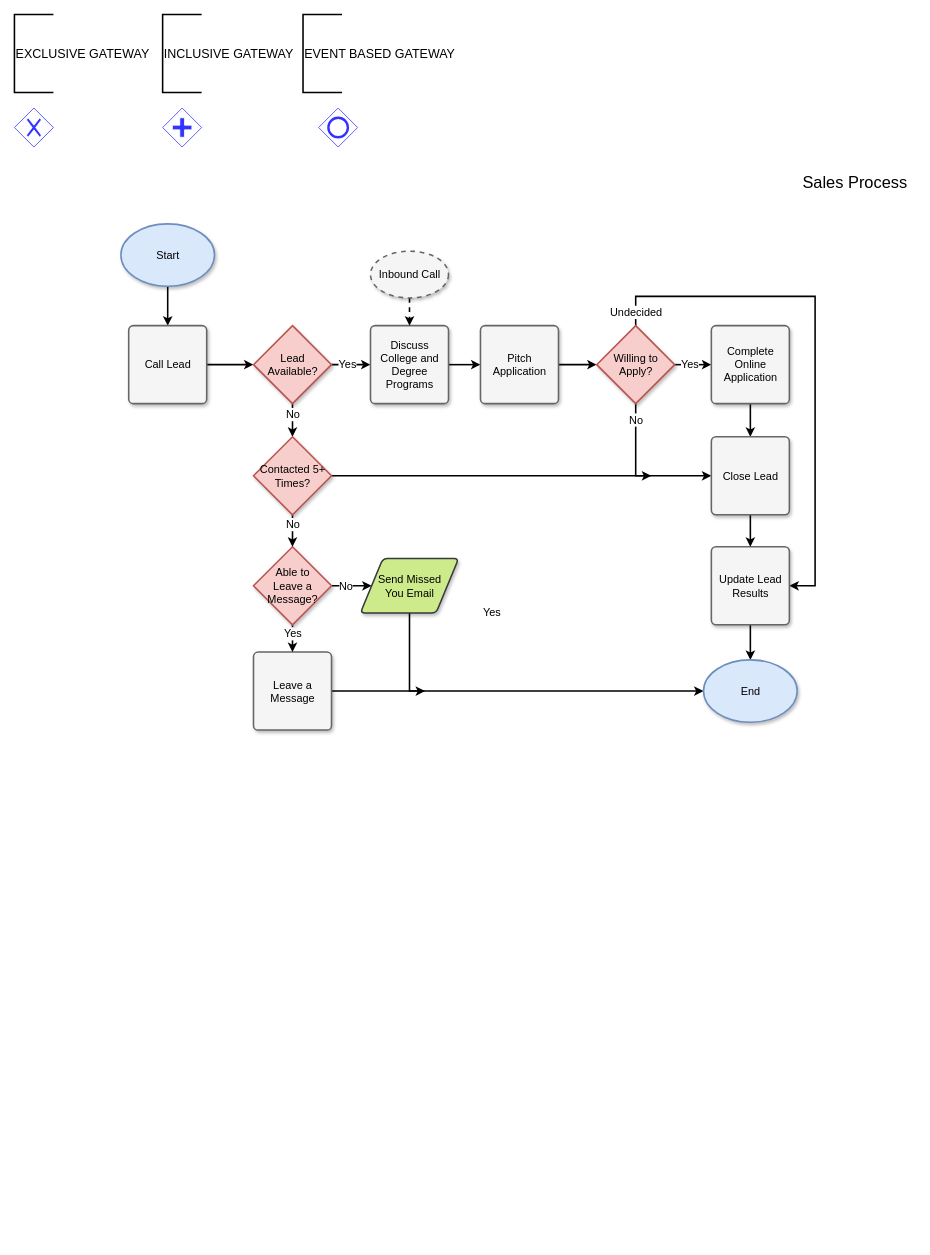
Before: page "gateways" (10 of 10) of Udemy_Diagram_1.drawio in lil971/FirstRepository, a draw.io diagram. Source tidied: cells renumbered, new cells numbered last; positions are measured from the earlier drawing's top-left corner, leaving out a move shared by most shapes. Both pictures are drawn from the tidied source at 78%, with x=0, y=0 at pixel (14, 14).
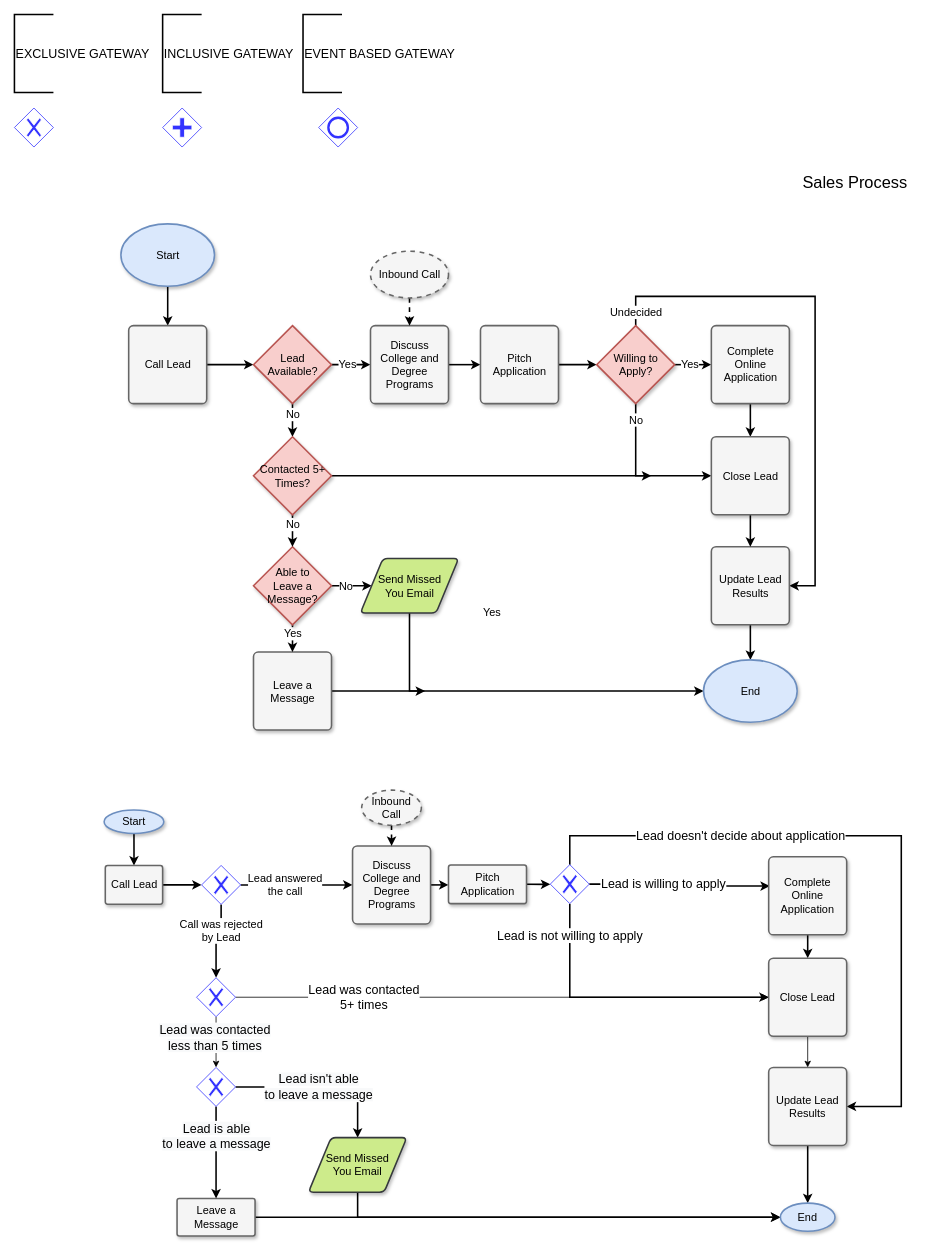
The same page after the edit.

The edit, as a diff of the source:
```diff
@@
+    <mxCell id="44" style="edgeStyle=orthogonalEdgeStyle;rounded=0;jumpSize=6;html=1;exitX=0.5;exitY=1;shadow=0;startArrow=none;startFill=0;startSize=6;endArrow=classic;endFill=1;endSize=6;jettySize=auto;strokeColor=#000000;strokeWidth=2;fontSize=14;" parent="1" edge="1" source="45" target="47">
+      <mxGeometry relative="1" as="geometry" />
+    </mxCell>
+    <mxCell id="45" value="Start" style="ellipse;whiteSpace=wrap;html=1;rounded=0;shadow=1;strokeWidth=2;fillColor=#dae8fc;fontSize=14;align=center;strokeColor=#6c8ebf;" parent="1" vertex="1">
+      <mxGeometry x="115" y="1020" width="76.5" height="30" as="geometry" />
+    </mxCell>
+    <mxCell id="46" style="edgeStyle=orthogonalEdgeStyle;rounded=0;jumpSize=6;html=1;exitX=1;exitY=0.5;exitPerimeter=0;shadow=0;startArrow=none;startFill=0;startSize=6;endArrow=classic;endFill=1;endSize=6;jettySize=auto;strokeColor=#000000;strokeWidth=2;fontSize=14;entryX=0;entryY=0.5;entryDx=0;entryDy=0;" parent="1" edge="1" source="47" target="70">
+      <mxGeometry relative="1" as="geometry" />
+    </mxCell>
+    <mxCell id="47" value="Call Lead&lt;br&gt;" style="strokeWidth=2;html=1;shape=mxgraph.flowchart.process;whiteSpace=wrap;rounded=0;shadow=1;fillColor=#f5f5f5;fontSize=14;align=center;strokeColor=#666666;" parent="1" vertex="1">
+      <mxGeometry x="116.5" y="1091.2" width="73.5" height="49.5" as="geometry" />
+    </mxCell>
+    <mxCell id="48" value="Call was rejected &lt;br&gt;by Lead" style="edgeStyle=orthogonalEdgeStyle;rounded=0;jumpSize=6;html=1;exitX=0.5;exitY=1;shadow=0;startArrow=none;startFill=0;startSize=6;endArrow=classic;endFill=1;endSize=6;jettySize=auto;strokeColor=#000000;strokeWidth=2;fontSize=14;exitDx=0;exitDy=0;" parent="1" edge="1" source="70" target="77">
+      <mxGeometry x="-0.33" relative="1" as="geometry" />
+    </mxCell>
+    <mxCell id="49" value="Lead answered &lt;br&gt;the call" style="edgeStyle=orthogonalEdgeStyle;rounded=0;jumpSize=6;html=1;exitX=1;exitY=0.5;entryX=0;entryY=0.5;entryPerimeter=0;shadow=0;startArrow=none;startFill=0;startSize=6;endArrow=classic;endFill=1;endSize=6;jettySize=auto;strokeColor=#000000;strokeWidth=2;fontSize=14;exitDx=0;exitDy=0;" parent="1" edge="1" source="70" target="55">
+      <mxGeometry x="-0.2" relative="1" as="geometry" />
+    </mxCell>
+    <mxCell id="50" style="edgeStyle=orthogonalEdgeStyle;rounded=0;jumpSize=6;html=1;exitX=1;exitY=0.5;exitPerimeter=0;shadow=0;startArrow=none;startFill=0;startSize=6;endArrow=classic;endFill=1;endSize=6;jettySize=auto;strokeColor=#000000;strokeWidth=2;fontSize=14;" parent="1" edge="1" source="51" target="69">
+      <mxGeometry relative="1" as="geometry" />
+    </mxCell>
+    <mxCell id="51" value="Leave a Message&lt;br&gt;" style="strokeWidth=2;html=1;shape=mxgraph.flowchart.process;whiteSpace=wrap;rounded=0;shadow=1;fillColor=#f5f5f5;fontSize=14;align=center;strokeColor=#666666;" parent="1" vertex="1">
+      <mxGeometry x="208.5" y="1518" width="100" height="48" as="geometry" />
+    </mxCell>
+    <mxCell id="52" value="&lt;span style=&quot;color: rgb(0 , 0 , 0) ; font-family: &amp;#34;helvetica&amp;#34; ; font-size: 16px ; font-style: normal ; font-weight: 400 ; letter-spacing: normal ; text-align: center ; text-indent: 0px ; text-transform: none ; word-spacing: 0px ; background-color: rgb(248 , 249 , 250) ; display: inline ; float: none&quot;&gt;Lead is able&lt;/span&gt;&lt;br style=&quot;color: rgb(0 , 0 , 0) ; font-family: &amp;#34;helvetica&amp;#34; ; font-size: 16px ; font-style: normal ; font-weight: 400 ; letter-spacing: normal ; text-align: center ; text-indent: 0px ; text-transform: none ; word-spacing: 0px&quot;&gt;&lt;span style=&quot;color: rgb(0 , 0 , 0) ; font-family: &amp;#34;helvetica&amp;#34; ; font-size: 16px ; font-style: normal ; font-weight: 400 ; letter-spacing: normal ; text-align: center ; text-indent: 0px ; text-transform: none ; word-spacing: 0px ; background-color: rgb(248 , 249 , 250) ; display: inline ; float: none&quot;&gt;to leave a message&lt;/span&gt;" style="edgeStyle=orthogonalEdgeStyle;rounded=0;jumpSize=6;html=1;entryX=0.5;entryY=0;entryPerimeter=0;shadow=0;startArrow=none;startFill=0;startSize=6;endArrow=classic;endFill=1;endSize=6;jettySize=auto;strokeColor=#000000;strokeWidth=2;fontSize=14;" parent="1" edge="1" source="78" target="51">
+      <mxGeometry x="-0.35" relative="1" as="geometry" />
+    </mxCell>
+    <mxCell id="53" value="&lt;span style=&quot;color: rgb(0 , 0 , 0) ; font-family: &amp;#34;helvetica&amp;#34; ; font-size: 16px ; font-style: normal ; font-weight: 400 ; letter-spacing: normal ; text-align: center ; text-indent: 0px ; text-transform: none ; word-spacing: 0px ; background-color: rgb(248 , 249 , 250) ; display: inline ; float: none&quot;&gt;Lead isn't able&lt;/span&gt;&lt;br style=&quot;color: rgb(0 , 0 , 0) ; font-family: &amp;#34;helvetica&amp;#34; ; font-size: 16px ; font-style: normal ; font-weight: 400 ; letter-spacing: normal ; text-align: center ; text-indent: 0px ; text-transform: none ; word-spacing: 0px&quot;&gt;&lt;span style=&quot;color: rgb(0 , 0 , 0) ; font-family: &amp;#34;helvetica&amp;#34; ; font-size: 16px ; font-style: normal ; font-weight: 400 ; letter-spacing: normal ; text-align: center ; text-indent: 0px ; text-transform: none ; word-spacing: 0px ; background-color: rgb(248 , 249 , 250) ; display: inline ; float: none&quot;&gt;to leave a message&lt;/span&gt;" style="edgeStyle=orthogonalEdgeStyle;rounded=0;jumpSize=6;html=1;exitX=1;exitY=0.5;shadow=0;startArrow=none;startFill=0;startSize=6;endArrow=classic;endFill=1;endSize=6;jettySize=auto;strokeColor=#000000;strokeWidth=2;fontSize=14;entryX=0.5;entryY=0;exitDx=0;exitDy=0;entryDx=0;entryDy=0;" parent="1" edge="1" source="78" target="65">
+      <mxGeometry y="-5" relative="1" as="geometry">
+        <mxPoint x="-5" y="-5" as="offset" />
+      </mxGeometry>
+    </mxCell>
+    <mxCell id="54" style="edgeStyle=orthogonalEdgeStyle;rounded=0;jumpSize=6;html=1;exitX=1;exitY=0.5;exitPerimeter=0;entryX=0;entryY=0.5;entryPerimeter=0;shadow=0;startArrow=none;startFill=0;startSize=6;endArrow=classic;endFill=1;endSize=6;jettySize=auto;strokeColor=#000000;strokeWidth=2;fontSize=14;" parent="1" edge="1" source="55" target="57">
+      <mxGeometry relative="1" as="geometry" />
+    </mxCell>
+    <mxCell id="55" value="Discuss College and Degree Programs&lt;br&gt;" style="strokeWidth=2;html=1;shape=mxgraph.flowchart.process;whiteSpace=wrap;rounded=0;shadow=1;fillColor=#f5f5f5;fontSize=14;align=center;strokeColor=#666666;" parent="1" vertex="1">
+      <mxGeometry x="433.5" y="1066" width="100" height="100" as="geometry" />
+    </mxCell>
+    <mxCell id="56" style="edgeStyle=orthogonalEdgeStyle;rounded=0;jumpSize=6;html=1;exitX=1;exitY=0.5;exitPerimeter=0;shadow=0;startArrow=none;startFill=0;startSize=6;endArrow=classic;endFill=1;endSize=6;jettySize=auto;strokeColor=#000000;strokeWidth=2;fontSize=14;entryX=0;entryY=0.5;entryDx=0;entryDy=0;" parent="1" edge="1" source="57" target="71">
+      <mxGeometry relative="1" as="geometry" />
+    </mxCell>
+    <mxCell id="57" value="Pitch Application&lt;br&gt;" style="strokeWidth=2;html=1;shape=mxgraph.flowchart.process;whiteSpace=wrap;rounded=0;shadow=1;fillColor=#f5f5f5;fontSize=14;align=center;strokeColor=#666666;" parent="1" vertex="1">
+      <mxGeometry x="556.5" y="1090.5" width="100" height="49.5" as="geometry" />
+    </mxCell>
+    <mxCell id="58" style="edgeStyle=orthogonalEdgeStyle;rounded=0;jumpSize=6;html=1;exitX=0.5;exitY=1;exitPerimeter=0;entryX=0.5;entryY=0;entryPerimeter=0;shadow=0;startArrow=none;startFill=0;startSize=6;endArrow=classic;endFill=1;endSize=6;jettySize=auto;strokeColor=#000000;strokeWidth=2;fontSize=14;dashed=1;" parent="1" edge="1" source="59" target="55">
+      <mxGeometry relative="1" as="geometry" />
+    </mxCell>
+    <mxCell id="59" value="Inbound Call" style="strokeWidth=2;html=1;shape=mxgraph.flowchart.start_1;whiteSpace=wrap;rounded=0;shadow=1;fillColor=#f5f5f5;fontSize=14;align=center;dashed=1;strokeColor=#666666;" parent="1" vertex="1">
+      <mxGeometry x="445.2" y="994.5" width="76.5" height="45" as="geometry" />
+    </mxCell>
+    <mxCell id="60" value="&lt;span style=&quot;color: rgb(0 , 0 , 0) ; font-family: &amp;#34;helvetica&amp;#34; ; font-size: 16px ; font-style: normal ; font-weight: 400 ; letter-spacing: normal ; text-align: center ; text-indent: 0px ; text-transform: none ; word-spacing: 0px ; background-color: rgb(255 , 255 , 255) ; display: inline ; float: none&quot;&gt;Lead is willing to apply&lt;/span&gt;" style="edgeStyle=orthogonalEdgeStyle;rounded=0;jumpSize=6;html=1;exitX=1;exitY=0.5;entryX=0.015;entryY=0.375;entryPerimeter=0;shadow=0;startArrow=none;startFill=0;startSize=6;endArrow=classic;endFill=1;endSize=6;jettySize=auto;strokeColor=#000000;strokeWidth=2;fontSize=14;exitDx=0;exitDy=0;entryDx=0;entryDy=0;" parent="1" edge="1" source="71" target="72">
+      <mxGeometry x="-0.19" relative="1" as="geometry" />
+    </mxCell>
+    <mxCell id="61" value="&lt;span style=&quot;color: rgb(0 , 0 , 0) ; font-family: &amp;#34;helvetica&amp;#34; ; font-size: 16px ; font-style: normal ; font-weight: 400 ; letter-spacing: normal ; text-align: center ; text-indent: 0px ; text-transform: none ; word-spacing: 0px ; background-color: rgb(255 , 255 , 255) ; display: inline ; float: none&quot;&gt;Lead is not willing to apply&lt;/span&gt;" style="edgeStyle=orthogonalEdgeStyle;rounded=0;jumpSize=6;html=1;exitX=0.5;exitY=1;entryX=0;entryY=0.5;entryPerimeter=0;shadow=0;startArrow=none;startFill=0;startSize=6;endArrow=classic;endFill=1;endSize=6;jettySize=auto;strokeColor=#000000;strokeWidth=2;fontSize=14;exitDx=0;exitDy=0;entryDx=0;entryDy=0;" parent="1" edge="1" source="71" target="74">
+      <mxGeometry x="-0.78" relative="1" as="geometry" />
+    </mxCell>
+    <mxCell id="62" value="&lt;span style=&quot;font-size: 16px&quot;&gt;Lead doesn't decide about application&lt;/span&gt;" style="edgeStyle=orthogonalEdgeStyle;rounded=0;jumpSize=6;html=1;exitX=0.5;exitY=0;entryX=1;entryY=0.5;entryPerimeter=0;shadow=0;startArrow=none;startFill=0;startSize=6;endArrow=classic;endFill=1;endSize=6;jettySize=auto;strokeColor=#000000;strokeWidth=2;fontSize=14;exitDx=0;exitDy=0;" parent="1" edge="1" source="71" target="68">
+      <mxGeometry x="-0.42" relative="1" as="geometry">
+        <Array as="points">
+          <mxPoint x="712" y="1053" />
+          <mxPoint x="1137" y="1053" />
+          <mxPoint x="1137" y="1400" />
+        </Array>
+        <mxPoint x="1" as="offset" />
+      </mxGeometry>
+    </mxCell>
+    <mxCell id="63" style="edgeStyle=orthogonalEdgeStyle;rounded=0;jumpSize=6;html=1;exitX=0.5;exitY=1;exitPerimeter=0;shadow=0;startArrow=none;startFill=0;startSize=6;endArrow=classic;endFill=1;endSize=6;jettySize=auto;strokeColor=#000000;strokeWidth=2;fontSize=14;exitDx=0;exitDy=0;" parent="1" edge="1" source="72" target="74">
+      <mxGeometry relative="1" as="geometry" />
+    </mxCell>
+    <mxCell id="64" style="edgeStyle=orthogonalEdgeStyle;rounded=0;jumpSize=6;html=1;exitX=0.5;exitY=1;entryX=0;entryY=0.5;shadow=0;startArrow=none;startFill=0;startSize=6;endArrow=classic;endFill=1;endSize=6;jettySize=auto;strokeColor=#000000;strokeWidth=2;fontSize=14;" parent="1" edge="1" source="65" target="69">
+      <mxGeometry relative="1" as="geometry" />
+    </mxCell>
+    <mxCell id="65" value="Send Missed You&amp;nbsp;Email" style="verticalLabelPosition=middle;verticalAlign=middle;html=1;strokeWidth=2;shape=parallelogram;perimeter=parallelogramPerimeter;whiteSpace=wrap;rounded=1;arcSize=12;size=0.23;shadow=1;fillColor=#cdeb8b;fontSize=14;align=center;labelPosition=center;strokeColor=#36393d;" parent="1" vertex="1">
+      <mxGeometry x="377" y="1440" width="126" height="70" as="geometry" />
+    </mxCell>
+    <mxCell id="66" value="Lead was contacted &lt;br&gt;5+ times" style="edgeStyle=orthogonalEdgeStyle;rounded=0;jettySize=auto;html=1;entryX=0;entryY=0.5;entryDx=0;entryDy=0;entryPerimeter=0;startSize=70;fontSize=16;" parent="1" edge="1" source="77" target="74">
+      <mxGeometry x="-0.52" relative="1" as="geometry" />
+    </mxCell>
+    <mxCell id="67" style="edgeStyle=orthogonalEdgeStyle;rounded=0;jumpSize=6;html=1;exitX=0.5;exitY=1;exitPerimeter=0;entryX=0.5;entryY=0;shadow=0;startArrow=none;startFill=0;startSize=6;endArrow=classic;endFill=1;endSize=6;jettySize=auto;strokeColor=#000000;strokeWidth=2;fontSize=14;" parent="1" edge="1" source="68" target="69">
+      <mxGeometry relative="1" as="geometry" />
+    </mxCell>
+    <mxCell id="68" value="Update Lead Results" style="strokeWidth=2;html=1;shape=mxgraph.flowchart.process;whiteSpace=wrap;rounded=0;shadow=1;fillColor=#f5f5f5;fontSize=14;align=center;strokeColor=#666666;" parent="1" vertex="1">
+      <mxGeometry x="967" y="1350" width="100" height="100" as="geometry" />
+    </mxCell>
+    <mxCell id="69" value="End&lt;br&gt;" style="ellipse;whiteSpace=wrap;html=1;rounded=0;shadow=1;strokeWidth=2;fillColor=#dae8fc;fontSize=14;align=center;strokeColor=#6c8ebf;" parent="1" vertex="1">
+      <mxGeometry x="982" y="1524" width="70" height="36" as="geometry" />
+    </mxCell>
+    <mxCell id="70" style="shape=mxgraph.bpmn.shape;html=1;verticalLabelPosition=bottom;labelBackgroundColor=#ffffff;verticalAlign=top;align=center;perimeter=rhombusPerimeter;background=gateway;outlineConnect=0;outline=none;symbol=exclusiveGw;rounded=0;startSize=70;strokeColor=#3333FF;fillColor=#FFFFFF;fontSize=16;" parent="1" vertex="1">
+      <mxGeometry x="240" y="1091" width="50" height="50" as="geometry" />
+    </mxCell>
+    <mxCell id="71" style="shape=mxgraph.bpmn.shape;html=1;verticalLabelPosition=bottom;labelBackgroundColor=#ffffff;verticalAlign=top;align=center;perimeter=rhombusPerimeter;background=gateway;outlineConnect=0;outline=none;symbol=exclusiveGw;rounded=0;startSize=70;strokeColor=#3333FF;fillColor=#FFFFFF;fontSize=16;" parent="1" vertex="1">
+      <mxGeometry x="687" y="1090" width="50" height="50" as="geometry" />
+    </mxCell>
+    <mxCell id="72" value="Complete Online Application&lt;br&gt;" style="strokeWidth=2;html=1;shape=mxgraph.flowchart.process;whiteSpace=wrap;rounded=0;shadow=1;fillColor=#f5f5f5;fontSize=14;align=center;strokeColor=#666666;" parent="1" vertex="1">
+      <mxGeometry x="967" y="1080" width="100" height="100" as="geometry" />
+    </mxCell>
+    <mxCell id="73" style="edgeStyle=orthogonalEdgeStyle;rounded=0;jettySize=auto;html=1;exitX=0.5;exitY=1;exitDx=0;exitDy=0;exitPerimeter=0;startSize=70;fontSize=16;" parent="1" edge="1" source="74" target="68">
+      <mxGeometry relative="1" as="geometry" />
+    </mxCell>
+    <mxCell id="74" value="Close Lead&lt;br&gt;" style="strokeWidth=2;html=1;shape=mxgraph.flowchart.process;whiteSpace=wrap;rounded=0;shadow=1;fillColor=#f5f5f5;fontSize=14;align=center;strokeColor=#666666;" parent="1" vertex="1">
+      <mxGeometry x="967" y="1210" width="100" height="100" as="geometry" />
+    </mxCell>
+    <mxCell id="75" style="edgeStyle=orthogonalEdgeStyle;rounded=0;jettySize=auto;html=1;startSize=70;fontSize=16;entryX=0.5;entryY=0;entryDx=0;entryDy=0;" parent="1" edge="1" source="77" target="78">
+      <mxGeometry relative="1" as="geometry" />
+    </mxCell>
+    <mxCell id="76" value="&lt;span style=&quot;background-color: rgb(248 , 249 , 250) ; font-family: &amp;#34;helvetica&amp;#34;&quot;&gt;Lead was contacted&lt;/span&gt;&lt;br style=&quot;background-color: rgb(248 , 249 , 250) ; font-family: &amp;#34;helvetica&amp;#34;&quot;&gt;&lt;span style=&quot;background-color: rgb(248 , 249 , 250) ; font-family: &amp;#34;helvetica&amp;#34;&quot;&gt;less than 5 times&lt;/span&gt;" style="edgeLabel;html=1;align=center;verticalAlign=middle;fontSize=16;" parent="75" vertex="1">
+      <mxGeometry x="-0.21" y="-2" relative="1" as="geometry" />
+    </mxCell>
+    <mxCell id="77" style="shape=mxgraph.bpmn.shape;html=1;verticalLabelPosition=bottom;labelBackgroundColor=#ffffff;verticalAlign=top;align=center;perimeter=rhombusPerimeter;background=gateway;outlineConnect=0;outline=none;symbol=exclusiveGw;rounded=0;startSize=70;strokeColor=#3333FF;fillColor=#FFFFFF;fontSize=16;" parent="1" vertex="1">
+      <mxGeometry x="233.5" y="1235" width="50" height="50" as="geometry" />
+    </mxCell>
+    <mxCell id="78" style="shape=mxgraph.bpmn.shape;html=1;verticalLabelPosition=bottom;labelBackgroundColor=#ffffff;verticalAlign=top;align=center;perimeter=rhombusPerimeter;background=gateway;outlineConnect=0;outline=none;symbol=exclusiveGw;rounded=0;startSize=70;strokeColor=#3333FF;fillColor=#FFFFFF;fontSize=16;" parent="1" vertex="1">
+      <mxGeometry x="233.5" y="1350" width="50" height="50" as="geometry" />
+    </mxCell>
```
